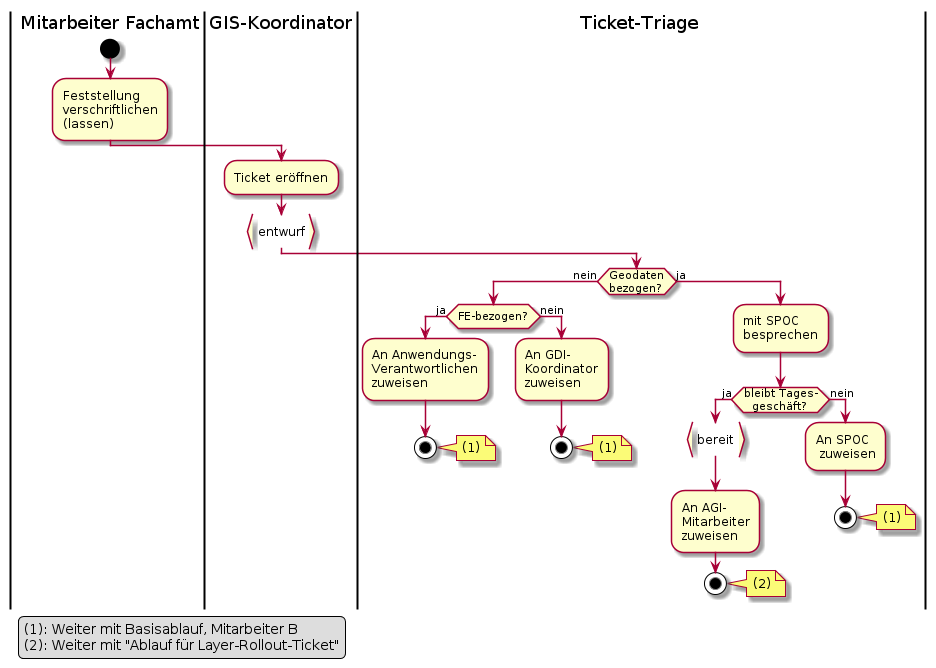
Earlier version of the PlantUML export dok/puml_output/flow_triage.png (ojeker/docktick).
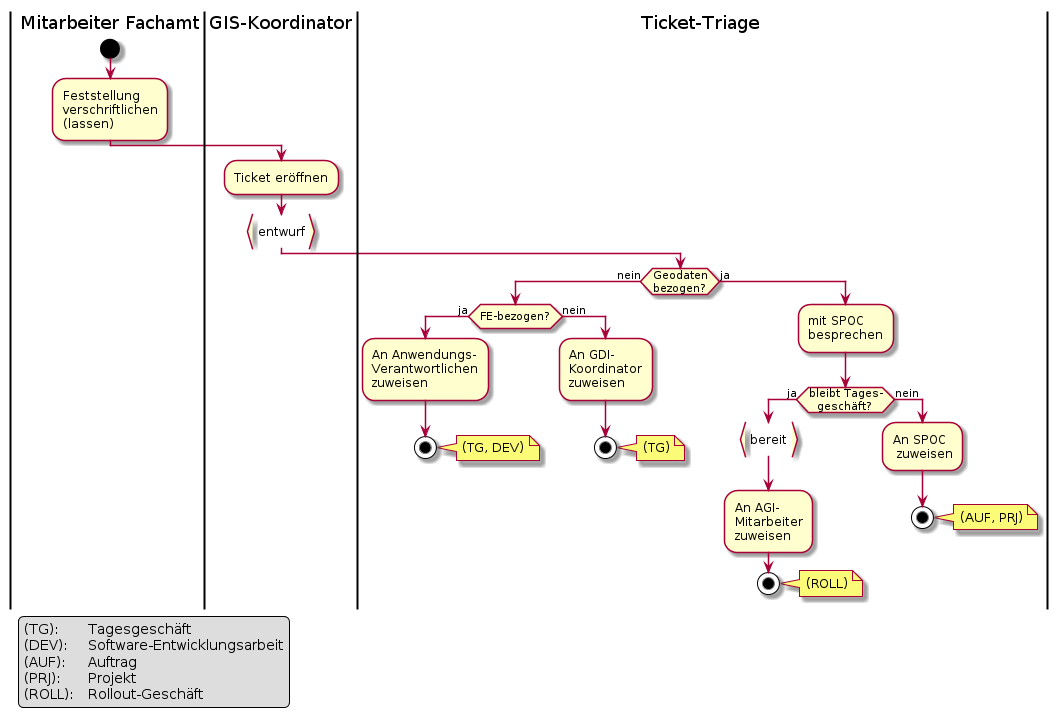
The same file after the commit.

Commit message:
Skript: PUML-Diagramme regeneriert und beigefügt

What changed in the source:
```diff
@@ -16,7 +16,7 @@
     zuweisen;
     stop
     note right
-    	(1)
+    	(TG, DEV)
     end note
   else (nein)
     :An GDI-
@@ -24,7 +24,7 @@
     zuweisen;
     stop
     note right
-    	(1)
+    	(TG)
     end note
   endif
 else (ja)
@@ -38,7 +38,7 @@
     zuweisen;
     stop
     note right
-    	(2)
+    	(ROLL)
     end note
   else (nein)
     |Ticket-Triage|
@@ -46,12 +46,15 @@
     zuweisen;
     stop
     note right
-    	(1)
+    	(AUF, PRJ)
     end note
   endif
 endif
 legend left
-  (1): Weiter mit Basisablauf, Mitarbeiter B
-  (2): Weiter mit "Ablauf für Layer-Rollout-Ticket"
+  (TG): 	Tagesgeschäft
+  (DEV):	Software-Entwicklungsarbeit
+  (AUF):	Auftrag
+  (PRJ):	Projekt
+  (ROLL):	Rollout-Geschäft
 end legend
 @enduml
```
